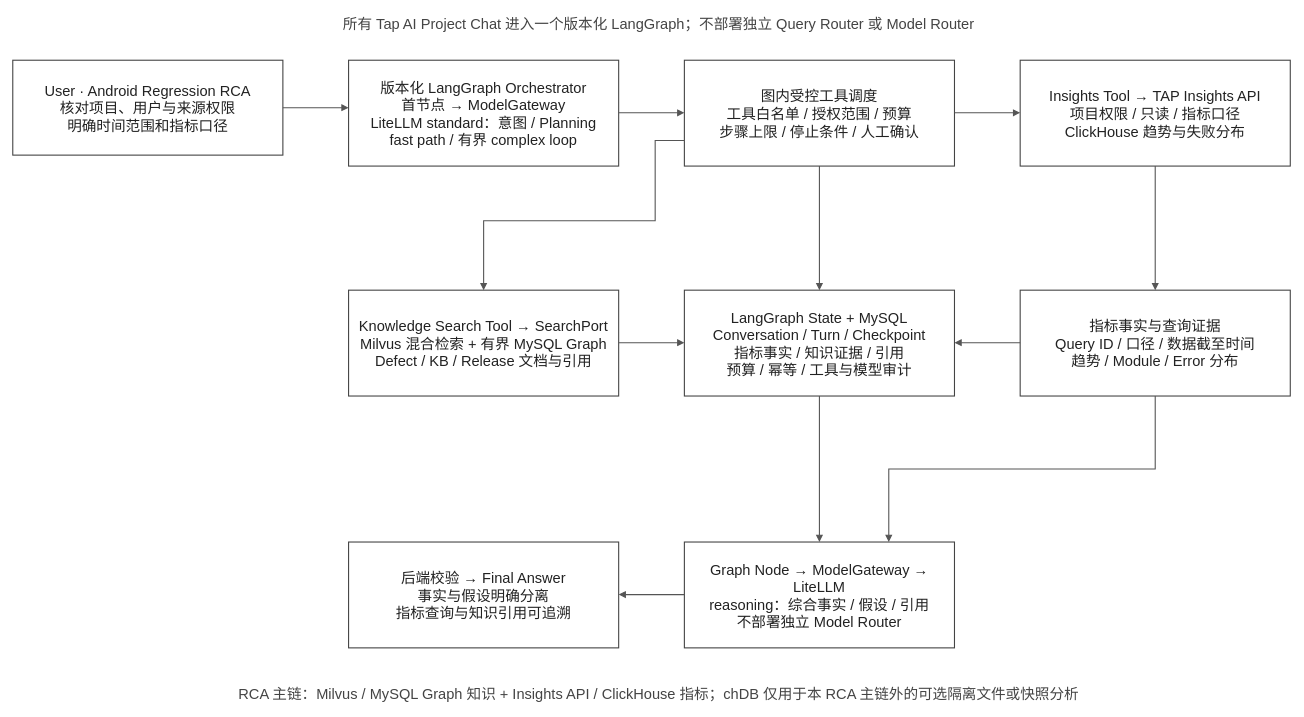
This is page "AI 数据查询" (10 of 11) of docs/assets/rfc-011/2026-09-17-platform-design.drawio from patrickstarpty/tap, a draw.io file, before an edit. Source tidied: cells renumbered, new cells numbered last; positions are measured from the earlier drawing's top-left corner, leaving out a move shared by most shapes. Both pictures are drawn from the tidied source at 73%, with x=0, y=0 at pixel (12, 12).
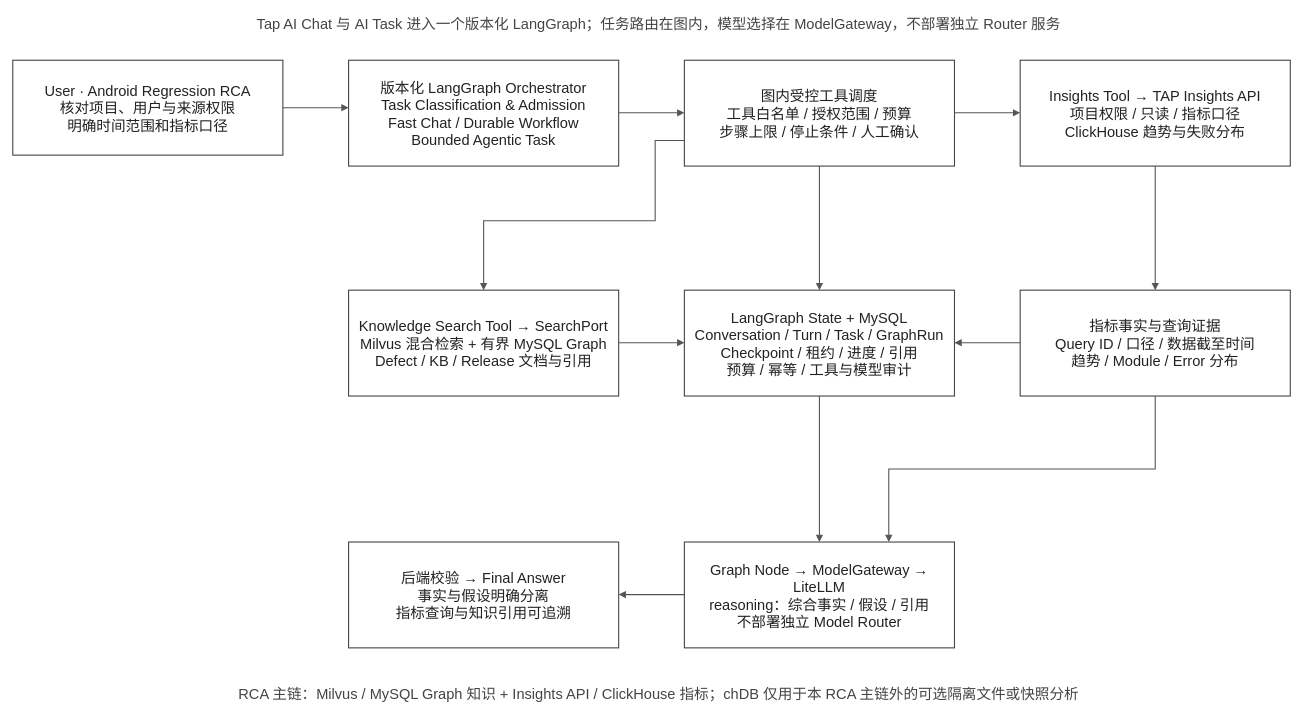
Above is the later version.

The edit, as a diff of the source:
```diff
@@
-    <mxCell id="3" value="版本化 LangGraph Orchestrator&#10;首节点 → ModelGateway&#10;LiteLLM standard：意图 / Planning&#10;fast path / 有界 complex loop" style="rounded=0;whiteSpace=wrap;html=0;fillColor=#ffffff;strokeColor=#444444;strokeWidth=1.5;fontColor=#222222;fontSize=20;fontFamily=Helvetica;" parent="1" vertex="1">
+    <mxCell id="3" value="版本化 LangGraph Orchestrator&#10;Task Classification &amp; Admission&#10;Fast Chat / Durable Workflow&#10;Bounded Agentic Task" style="rounded=0;whiteSpace=wrap;html=0;fillColor=#ffffff;strokeColor=#444444;strokeWidth=1.5;fontColor=#222222;fontSize=20;fontFamily=Helvetica;" parent="1" vertex="1">
       <mxGeometry x="460" y="65" width="370" height="145" as="geometry" />
     </mxCell>
@@
-    <mxCell id="7" value="LangGraph State + MySQL&#10;Conversation / Turn / Checkpoint&#10;指标事实 / 知识证据 / 引用&#10;预算 / 幂等 / 工具与模型审计" style="rounded=0;whiteSpace=wrap;html=0;fillColor=#ffffff;strokeColor=#444444;strokeWidth=1.5;fontColor=#222222;fontSize=20;fontFamily=Helvetica;" parent="1" vertex="1">
+    <mxCell id="7" value="LangGraph State + MySQL&#10;Conversation / Turn / Task / GraphRun&#10;Checkpoint / 租约 / 进度 / 引用&#10;预算 / 幂等 / 工具与模型审计" style="rounded=0;whiteSpace=wrap;html=0;fillColor=#ffffff;strokeColor=#444444;strokeWidth=1.5;fontColor=#222222;fontSize=20;fontFamily=Helvetica;" parent="1" vertex="1">
       <mxGeometry x="920" y="380" width="370" height="145" as="geometry" />
     </mxCell>
@@
-    <mxCell id="22" value="所有 Tap AI Project Chat 进入一个版本化 LangGraph；不部署独立 Query Router 或 Model Router" style="text;html=0;align=center;verticalAlign=middle;whiteSpace=wrap;fontSize=20;fontColor=#444444;" parent="1" vertex="1">
+    <mxCell id="22" value="Tap AI Chat 与 AI Task 进入一个版本化 LangGraph；任务路由在图内，模型选择在 ModelGateway，不部署独立 Router 服务" style="text;html=0;align=center;verticalAlign=middle;whiteSpace=wrap;fontSize=20;fontColor=#444444;" parent="1" vertex="1">
       <mxGeometry x="105" width="1560" height="30" as="geometry" />
     </mxCell>
```
